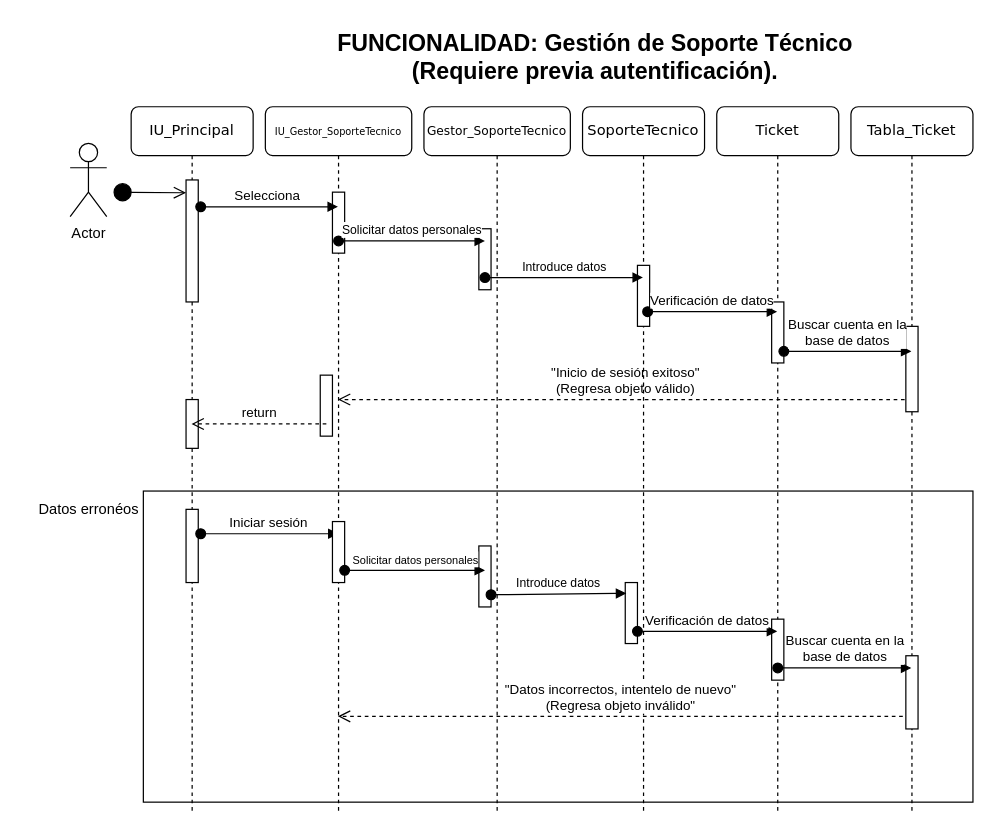
GamalielAbad12/FundamentosIngenieria keeps this draw.io diagram as Diagrama_de_secuencia.drawio. Above is the earlier version. Source tidied: cells renumbered, new cells numbered last; positions are measured from the earlier drawing's top-left corner, leaving out a move shared by most shapes. Both pictures are drawn from the tidied source at 122%, with x=0, y=0 at pixel (21, 21).
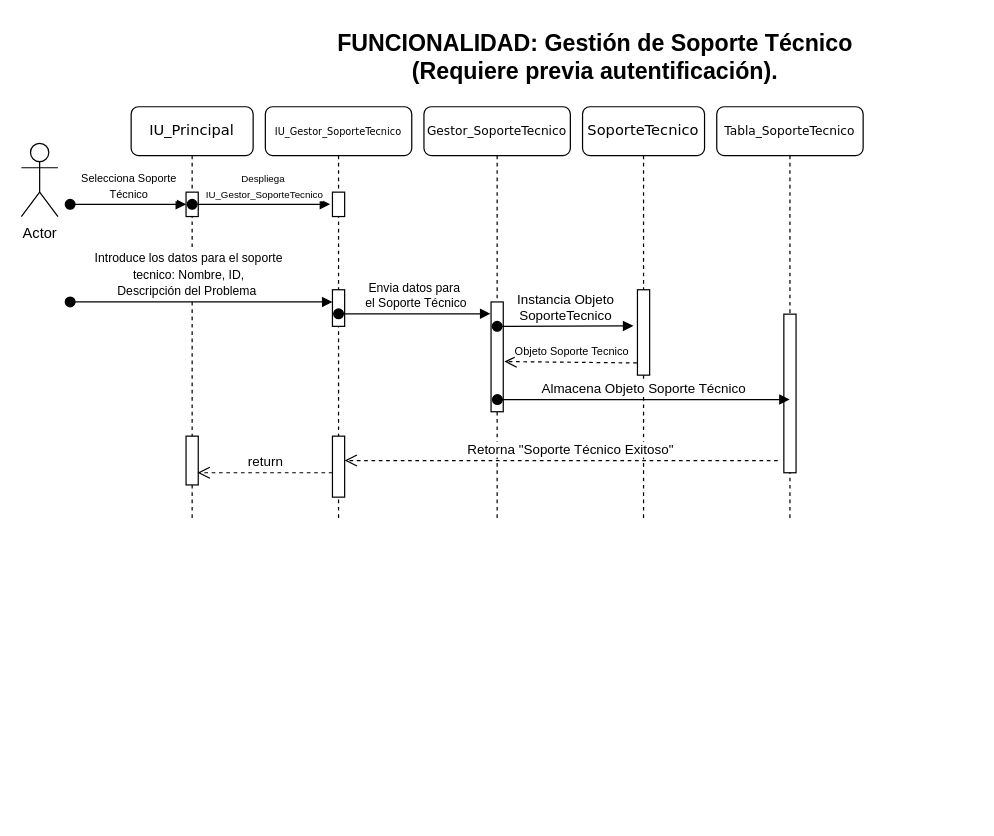
The same page after the edit.

Change to the diagram source:
```diff
@@
-    <mxCell id="2" style="rounded=0;whiteSpace=wrap;html=1;fillColor=none;" parent="1" vertex="1">
-      <mxGeometry x="100" y="385" width="680" height="255" as="geometry" />
-    </mxCell>
-    <mxCell id="3" value="Tabla_Ticket" style="shape=umlLifeline;perimeter=lifelinePerimeter;whiteSpace=wrap;html=1;outlineConnect=0;rounded=1;shadow=0;comic=0;labelBackgroundColor=none;strokeWidth=1;fontFamily=Verdana;fontSize=12;align=center;" parent="1" vertex="1">
-      <mxGeometry x="680" y="70" width="100" height="580" as="geometry" />
+    <mxCell id="3" value="&lt;font style=&quot;font-size: 10px;&quot;&gt;Tabla_SoporteTecnico&lt;/font&gt;" style="shape=umlLifeline;perimeter=lifelinePerimeter;whiteSpace=wrap;html=1;outlineConnect=0;rounded=1;shadow=0;comic=0;labelBackgroundColor=none;strokeWidth=1;fontFamily=Verdana;fontSize=12;align=center;" parent="1" vertex="1">
+      <mxGeometry x="570" y="70" width="120" height="340" as="geometry" />
     </mxCell>
-    <mxCell id="4" value="&quot;Inicio de sesión exitoso&quot;&lt;br&gt;(Regresa objeto válido)" style="html=1;verticalAlign=bottom;endArrow=open;dashed=1;endSize=8;curved=0;rounded=0;" parent="3" edge="1" target="12">
-      <mxGeometry relative="1" as="geometry">
-        <mxPoint x="50" y="240" as="sourcePoint" />
-      </mxGeometry>
-    </mxCell>
     <mxCell id="5" style="html=1;perimeter=orthogonalPerimeter;rounded=0;shadow=0;comic=0;labelBackgroundColor=none;strokeWidth=1;fontFamily=Verdana;fontSize=12;align=center;" parent="3" vertex="1">
-      <mxGeometry x="45" y="180" width="10" height="70" as="geometry" />
+      <mxGeometry x="55" y="170" width="10" height="130" as="geometry" />
     </mxCell>
-    <mxCell id="6" style="html=1;points=[];perimeter=orthogonalPerimeter;rounded=0;shadow=0;comic=0;labelBackgroundColor=none;strokeWidth=1;fontFamily=Verdana;fontSize=12;align=center;" parent="3" vertex="1">
-      <mxGeometry x="45" y="450" width="10" height="60" as="geometry" />
-    </mxCell>
     <mxCell id="7" value="IU_Principal" style="shape=umlLifeline;perimeter=lifelinePerimeter;whiteSpace=wrap;html=1;outlineConnect=0;rounded=1;shadow=0;comic=0;labelBackgroundColor=none;strokeWidth=1;fontFamily=Verdana;fontSize=12;align=center;" parent="1" vertex="1">
-      <mxGeometry x="90" y="70" width="100" height="580" as="geometry" />
+      <mxGeometry x="90" y="70" width="100" height="340" as="geometry" />
     </mxCell>
     <mxCell id="8" style="html=1;points=[];perimeter=orthogonalPerimeter;rounded=0;shadow=0;comic=0;labelBackgroundColor=none;strokeWidth=1;fontFamily=Verdana;fontSize=12;align=center;" parent="7" vertex="1">
-      <mxGeometry x="45" y="60" width="10" height="100" as="geometry" />
+      <mxGeometry x="45" y="70" width="10" height="20" as="geometry" />
     </mxCell>
-    <mxCell id="9" style="html=1;verticalAlign=bottom;startArrow=circle;startFill=1;endArrow=open;startSize=6;endSize=8;curved=0;rounded=0;" parent="7" edge="1">
-      <mxGeometry relative="1" as="geometry">
-        <mxPoint x="-15" y="70" as="sourcePoint" />
-        <mxPoint x="45" y="70.5" as="targetPoint" />
-      </mxGeometry>
-    </mxCell>
-    <mxCell id="10" style="html=1;perimeter=orthogonalPerimeter;rounded=0;shadow=0;comic=0;labelBackgroundColor=none;strokeWidth=1;fontFamily=Verdana;fontSize=12;align=center;" parent="7" vertex="1">
-      <mxGeometry x="45" y="240" width="10" height="40" as="geometry" />
-    </mxCell>
     <mxCell id="11" value="Actor" style="shape=umlActor;verticalLabelPosition=bottom;verticalAlign=top;html=1;" parent="1" vertex="1">
-      <mxGeometry x="40" y="100" width="30" height="60" as="geometry" />
+      <mxGeometry y="100" width="30" height="60" as="geometry" />
     </mxCell>
     <mxCell id="12" value="&lt;font style=&quot;font-size: 8px;&quot;&gt;IU_Gestor_SoporteTecnico&lt;/font&gt;" style="shape=umlLifeline;perimeter=lifelinePerimeter;whiteSpace=wrap;html=1;outlineConnect=0;rounded=1;shadow=0;comic=0;labelBackgroundColor=none;strokeWidth=1;fontFamily=Verdana;fontSize=12;align=center;" parent="1" vertex="1">
-      <mxGeometry x="200" y="70" width="120" height="580" as="geometry" />
+      <mxGeometry x="200" y="70" width="120" height="340" as="geometry" />
     </mxCell>
     <mxCell id="13" style="html=1;points=[];perimeter=orthogonalPerimeter;rounded=0;shadow=0;comic=0;labelBackgroundColor=none;strokeWidth=1;fontFamily=Verdana;fontSize=12;align=center;" parent="12" vertex="1">
-      <mxGeometry x="55" y="70" width="10" height="50" as="geometry" />
+      <mxGeometry x="55" y="70" width="10" height="20" as="geometry" />
     </mxCell>
-    <mxCell id="14" style="html=1;points=[];perimeter=orthogonalPerimeter;rounded=0;shadow=0;comic=0;labelBackgroundColor=none;strokeWidth=1;fontFamily=Verdana;fontSize=12;align=center;" parent="12" vertex="1">
-      <mxGeometry x="45" y="220" width="10" height="50" as="geometry" />
-    </mxCell>
+    <mxCell id="10" style="html=1;perimeter=orthogonalPerimeter;rounded=0;shadow=0;comic=0;labelBackgroundColor=none;strokeWidth=1;fontFamily=Verdana;fontSize=12;align=center;" parent="12" vertex="1">
+      <mxGeometry x="-65" y="270" width="10" height="40" as="geometry" />
+    </mxCell>
+    <mxCell id="25" value="return" style="html=1;verticalAlign=bottom;endArrow=open;dashed=1;endSize=8;curved=0;rounded=0;" parent="12" edge="1">
+      <mxGeometry relative="1" as="geometry">
+        <mxPoint x="55" y="300" as="sourcePoint" />
+        <mxPoint x="-55.6" y="300" as="targetPoint" />
+      </mxGeometry>
+    </mxCell>
+    <mxCell id="40" style="html=1;perimeter=orthogonalPerimeter;rounded=0;shadow=0;comic=0;labelBackgroundColor=none;strokeWidth=1;fontFamily=Verdana;fontSize=12;align=center;" parent="12" vertex="1">
+      <mxGeometry x="55" y="150" width="10" height="30" as="geometry" />
+    </mxCell>
+    <mxCell id="41" value="&lt;font style=&quot;font-size: 10px;&quot;&gt;Envia datos para&lt;br&gt;&amp;nbsp;el Soporte Técnico&lt;/font&gt;" style="html=1;verticalAlign=bottom;startArrow=oval;startFill=1;endArrow=block;startSize=8;curved=0;rounded=0;" parent="12" edge="1">
+      <mxGeometry relative="1" as="geometry">
+        <mxPoint x="60" y="169.7" as="sourcePoint" />
+        <mxPoint x="184.5" y="169.7" as="targetPoint" />
+        <Array as="points">
+          <mxPoint x="120" y="169.7" />
+        </Array>
+      </mxGeometry>
+    </mxCell>
+    <mxCell id="37" value="&lt;font style=&quot;font-size: 10px;&quot;&gt;Introduce los datos&amp;nbsp;para el soporte &lt;br&gt;tecnico: Nombre, ID, &lt;br&gt;Descripción del Problema&amp;nbsp;&lt;br&gt;&lt;/font&gt;" style="html=1;verticalAlign=bottom;startArrow=oval;startFill=1;endArrow=block;startSize=8;curved=0;rounded=0;" parent="12" edge="1">
+      <mxGeometry x="-0.1" relative="1" as="geometry">
+        <mxPoint x="-160" y="160" as="sourcePoint" />
+        <mxPoint x="55" y="160" as="targetPoint" />
+        <Array as="points">
+          <mxPoint x="-65" y="160" />
+          <mxPoint x="25" y="160" />
+          <mxPoint x="35" y="160" />
+          <mxPoint x="55" y="160" />
+        </Array>
+      </mxGeometry>
+    </mxCell>
@@
-    <mxCell id="16" value="Selecciona&amp;nbsp;" style="html=1;verticalAlign=bottom;startArrow=oval;startFill=1;endArrow=block;startSize=8;curved=0;rounded=0;exitX=1.2;exitY=0.22;exitDx=0;exitDy=0;exitPerimeter=0;" parent="1" edge="1" source="8" target="12">
-      <mxGeometry relative="1" as="geometry" />
-    </mxCell>
     <mxCell id="17" value="&lt;font size=&quot;1&quot;&gt;Gestor_SoporteTecnico&lt;/font&gt;" style="shape=umlLifeline;perimeter=lifelinePerimeter;whiteSpace=wrap;html=1;rounded=1;shadow=0;comic=0;labelBackgroundColor=none;strokeWidth=1;fontFamily=Verdana;fontSize=12;align=center;" parent="1" vertex="1">
-      <mxGeometry x="330" y="70" width="120" height="580" as="geometry" />
+      <mxGeometry x="330" y="70" width="120" height="340" as="geometry" />
     </mxCell>
     <mxCell id="18" style="html=1;points=[];perimeter=orthogonalPerimeter;rounded=0;shadow=0;comic=0;labelBackgroundColor=none;strokeWidth=1;fontFamily=Verdana;fontSize=12;align=center;" parent="17" vertex="1">
-      <mxGeometry x="45" y="100" width="10" height="50" as="geometry" />
+      <mxGeometry x="55" y="160" width="10" height="90" as="geometry" />
     </mxCell>
+    <mxCell id="42" value="&lt;font style=&quot;font-size: 9px;&quot;&gt;Objeto Soporte Tecnico&lt;/font&gt;" style="html=1;verticalAlign=bottom;endArrow=open;dashed=1;endSize=8;curved=0;rounded=0;entryX=1.099;entryY=0.543;entryDx=0;entryDy=0;entryPerimeter=0;" parent="17" edge="1" target="18">
+      <mxGeometry relative="1" as="geometry">
+        <mxPoint x="174.5" y="210" as="sourcePoint" />
+      </mxGeometry>
+    </mxCell>
+    <mxCell id="43" value="Instancia Objeto &lt;br&gt;SoporteTecnico" style="html=1;verticalAlign=bottom;startArrow=oval;startFill=1;endArrow=block;startSize=8;curved=0;rounded=0;entryX=-0.334;entryY=0.423;entryDx=0;entryDy=0;entryPerimeter=0;" parent="17" edge="1" target="20">
+      <mxGeometry relative="1" as="geometry">
+        <mxPoint x="60" y="180" as="sourcePoint" />
+      </mxGeometry>
+    </mxCell>
     <mxCell id="19" value="SoporteTecnico" style="shape=umlLifeline;perimeter=lifelinePerimeter;whiteSpace=wrap;html=1;outlineConnect=0;rounded=1;shadow=0;comic=0;labelBackgroundColor=none;strokeWidth=1;fontFamily=Verdana;fontSize=12;align=center;" parent="1" vertex="1">
-      <mxGeometry x="460" y="70" width="100" height="580" as="geometry" />
+      <mxGeometry x="460" y="70" width="100" height="340" as="geometry" />
     </mxCell>
     <mxCell id="20" style="html=1;points=[];perimeter=orthogonalPerimeter;rounded=0;shadow=0;comic=0;labelBackgroundColor=none;strokeWidth=1;fontFamily=Verdana;fontSize=12;align=center;" parent="19" vertex="1">
-      <mxGeometry x="45" y="130" width="10" height="50" as="geometry" />
+      <mxGeometry x="45" y="150" width="10" height="70" as="geometry" />
     </mxCell>
-    <mxCell id="21" value="Ticket" style="shape=umlLifeline;perimeter=lifelinePerimeter;whiteSpace=wrap;html=1;outlineConnect=0;rounded=1;shadow=0;comic=0;labelBackgroundColor=none;strokeWidth=1;fontFamily=Verdana;fontSize=12;align=center;" parent="1" vertex="1">
-      <mxGeometry x="570" y="70" width="100" height="580" as="geometry" />
-    </mxCell>
-    <mxCell id="22" style="html=1;points=[];perimeter=orthogonalPerimeter;rounded=0;shadow=0;comic=0;labelBackgroundColor=none;strokeWidth=1;fontFamily=Verdana;fontSize=12;align=center;" parent="21" vertex="1">
-      <mxGeometry x="45" y="160" width="10" height="50" as="geometry" />
-    </mxCell>
-    <mxCell id="23" style="html=1;perimeter=orthogonalPerimeter;rounded=0;shadow=0;comic=0;labelBackgroundColor=none;strokeWidth=1;fontFamily=Verdana;fontSize=12;align=center;" parent="21" vertex="1">
-      <mxGeometry x="45" y="420" width="10" height="50" as="geometry" />
-    </mxCell>
-    <mxCell id="24" value="Buscar cuenta en la &lt;br&gt;base de datos" style="html=1;verticalAlign=bottom;startArrow=oval;startFill=1;endArrow=block;startSize=8;curved=0;rounded=0;" parent="21" edge="1" target="3">
-      <mxGeometry relative="1" as="geometry">
-        <mxPoint x="50" y="460" as="sourcePoint" />
-      </mxGeometry>
-    </mxCell>
-    <mxCell id="25" value="return" style="html=1;verticalAlign=bottom;endArrow=open;dashed=1;endSize=8;curved=0;rounded=0;" parent="1" edge="1" target="7">
-      <mxGeometry relative="1" as="geometry">
-        <mxPoint x="250" y="330" as="sourcePoint" />
-      </mxGeometry>
-    </mxCell>
-    <mxCell id="26" value="Datos erronéos" style="text;html=1;align=center;verticalAlign=middle;strokeColor=none;fillColor=none;" parent="1" vertex="1">
-      <mxGeometry y="385" width="110" height="30" as="geometry" />
-    </mxCell>
-    <mxCell id="27" style="html=1;perimeter=orthogonalPerimeter;rounded=0;shadow=0;comic=0;labelBackgroundColor=none;strokeWidth=1;fontFamily=Verdana;fontSize=12;align=center;" parent="1" vertex="1">
-      <mxGeometry x="135" y="400" width="10" height="60" as="geometry" />
-    </mxCell>
-    <mxCell id="28" value="Iniciar sesión&amp;nbsp;" style="html=1;verticalAlign=bottom;startArrow=oval;startFill=1;endArrow=block;startSize=8;curved=0;rounded=0;exitX=1.2;exitY=0.22;exitDx=0;exitDy=0;exitPerimeter=0;" parent="1" edge="1">
-      <mxGeometry relative="1" as="geometry">
-        <mxPoint x="147" y="420" as="sourcePoint" />
-        <mxPoint x="260" y="420" as="targetPoint" />
-      </mxGeometry>
-    </mxCell>
-    <mxCell id="29" style="html=1;perimeter=orthogonalPerimeter;rounded=0;shadow=0;comic=0;labelBackgroundColor=none;strokeWidth=1;fontFamily=Verdana;fontSize=12;align=center;" parent="1" vertex="1">
-      <mxGeometry x="255" y="410" width="10" height="50" as="geometry" />
-    </mxCell>
-    <mxCell id="30" style="html=1;perimeter=orthogonalPerimeter;rounded=0;shadow=0;comic=0;labelBackgroundColor=none;strokeWidth=1;fontFamily=Verdana;fontSize=12;align=center;" parent="1" vertex="1">
-      <mxGeometry x="375" y="430" width="10" height="50" as="geometry" />
-    </mxCell>
-    <mxCell id="31" value="&lt;font style=&quot;font-size: 9px;&quot;&gt;Solicitar datos personales&lt;/font&gt;" style="html=1;verticalAlign=bottom;startArrow=oval;startFill=1;endArrow=block;startSize=8;curved=0;rounded=0;" parent="1" edge="1">
-      <mxGeometry x="0.01" relative="1" as="geometry">
-        <mxPoint x="265" y="450" as="sourcePoint" />
-        <mxPoint x="380" y="450" as="targetPoint" />
-      </mxGeometry>
-    </mxCell>
-    <mxCell id="32" style="html=1;points=[];perimeter=orthogonalPerimeter;rounded=0;shadow=0;comic=0;labelBackgroundColor=none;strokeWidth=1;fontFamily=Verdana;fontSize=12;align=center;" parent="1" vertex="1">
-      <mxGeometry x="495" y="460" width="10" height="50" as="geometry" />
-    </mxCell>
-    <mxCell id="33" value="&lt;font style=&quot;font-size: 10px;&quot;&gt;Introduce datos&lt;/font&gt;" style="html=1;verticalAlign=bottom;startArrow=oval;startFill=1;endArrow=block;startSize=8;curved=0;rounded=0;entryX=0.083;entryY=0.177;entryDx=0;entryDy=0;entryPerimeter=0;" parent="1" edge="1" target="32">
-      <mxGeometry relative="1" as="geometry">
-        <mxPoint x="385" y="470" as="sourcePoint" />
-      </mxGeometry>
-    </mxCell>
-    <mxCell id="34" value="Verificación de datos" style="html=1;verticalAlign=bottom;startArrow=oval;startFill=1;endArrow=block;startSize=8;curved=0;rounded=0;" parent="1" edge="1" target="21">
-      <mxGeometry relative="1" as="geometry">
-        <mxPoint x="505" y="500" as="sourcePoint" />
-      </mxGeometry>
-    </mxCell>
-    <mxCell id="35" value="&quot;Datos incorrectos, intentelo de nuevo&quot;&lt;br&gt;(Regresa objeto inválido&quot;" style="html=1;verticalAlign=bottom;endArrow=open;dashed=1;endSize=8;curved=0;rounded=0;exitX=-0.25;exitY=0.828;exitDx=0;exitDy=0;exitPerimeter=0;" parent="1" edge="1" source="6" target="12">
-      <mxGeometry relative="1" as="geometry" />
-    </mxCell>
-    <mxCell id="36" value="&lt;font style=&quot;font-size: 10px;&quot;&gt;Solicitar datos personales&lt;/font&gt;" style="html=1;verticalAlign=bottom;startArrow=oval;startFill=1;endArrow=block;startSize=8;curved=0;rounded=0;entryX=0.5;entryY=0.2;entryDx=0;entryDy=0;entryPerimeter=0;exitX=0.5;exitY=0.8;exitDx=0;exitDy=0;exitPerimeter=0;" parent="1" edge="1" source="13" target="18">
-      <mxGeometry relative="1" as="geometry" />
-    </mxCell>
-    <mxCell id="37" value="&lt;font style=&quot;font-size: 10px;&quot;&gt;Introduce datos&lt;/font&gt;" style="html=1;verticalAlign=bottom;startArrow=oval;startFill=1;endArrow=block;startSize=8;curved=0;rounded=0;exitX=0.5;exitY=0.8;exitDx=0;exitDy=0;exitPerimeter=0;" parent="1" edge="1" source="18" target="19">
-      <mxGeometry relative="1" as="geometry" />
-    </mxCell>
-    <mxCell id="38" value="Verificación de datos" style="html=1;verticalAlign=bottom;startArrow=oval;startFill=1;endArrow=block;startSize=8;curved=0;rounded=0;exitX=0.833;exitY=0.76;exitDx=0;exitDy=0;exitPerimeter=0;" parent="1" edge="1" source="20" target="21">
-      <mxGeometry relative="1" as="geometry" />
-    </mxCell>
-    <mxCell id="39" value="Buscar cuenta en la &lt;br&gt;base de datos" style="html=1;verticalAlign=bottom;startArrow=oval;startFill=1;endArrow=block;startSize=8;curved=0;rounded=0;exitX=1;exitY=0.81;exitDx=0;exitDy=0;exitPerimeter=0;" parent="1" edge="1" source="22" target="3">
-      <mxGeometry relative="1" as="geometry" />
-    </mxCell>
+    <mxCell id="44" style="html=1;verticalAlign=bottom;endArrow=open;dashed=1;endSize=8;curved=0;rounded=0;" parent="19" edge="1" target="14">
+      <mxGeometry x="-0.07" relative="1" as="geometry">
+        <mxPoint x="160" y="290" as="sourcePoint" />
+      </mxGeometry>
+    </mxCell>
+    <mxCell id="14" style="html=1;points=[];perimeter=orthogonalPerimeter;rounded=0;shadow=0;comic=0;labelBackgroundColor=none;strokeWidth=1;fontFamily=Verdana;fontSize=12;align=center;" parent="19" vertex="1">
+      <mxGeometry x="-205" y="270" width="10" height="50" as="geometry" />
+    </mxCell>
+    <mxCell id="45" value="Almacena Objeto Soporte Técnico" style="html=1;verticalAlign=bottom;startArrow=oval;startFill=1;endArrow=block;startSize=8;curved=0;rounded=0;" parent="19" edge="1">
+      <mxGeometry relative="1" as="geometry">
+        <mxPoint x="-69.8" y="240" as="sourcePoint" />
+        <mxPoint x="169.8" y="240" as="targetPoint" />
+      </mxGeometry>
+    </mxCell>
+    <mxCell id="46" value="&lt;font style=&quot;font-size: 9px;&quot;&gt;Selecciona Soporte &lt;br&gt;Técnico&lt;/font&gt;" style="html=1;verticalAlign=bottom;startArrow=oval;startFill=1;endArrow=block;startSize=8;curved=0;rounded=0;" parent="1" edge="1">
+      <mxGeometry relative="1" as="geometry">
+        <mxPoint x="40" y="150" as="sourcePoint" />
+        <mxPoint x="135" y="150" as="targetPoint" />
+      </mxGeometry>
+    </mxCell>
+    <mxCell id="16" value="&lt;font style=&quot;font-size: 8px;&quot;&gt;Despliega&lt;br&gt;&amp;nbsp;IU_Gestor_SoporteTecnico&lt;/font&gt;" style="html=1;verticalAlign=bottom;startArrow=oval;startFill=1;endArrow=block;startSize=8;curved=0;rounded=0;entryX=-0.188;entryY=0.498;entryDx=0;entryDy=0;entryPerimeter=0;" parent="1" edge="1" target="13">
+      <mxGeometry x="0.02" relative="1" as="geometry">
+        <mxPoint x="140" y="150" as="sourcePoint" />
+      </mxGeometry>
+    </mxCell>
+    <mxCell id="4" value="Retorna &quot;Soporte Técnico Exitoso&quot;" style="html=1;verticalAlign=bottom;endArrow=open;dashed=1;endSize=8;curved=0;rounded=0;" parent="1" edge="1" source="14" target="12">
+      <mxGeometry y="190" relative="1" as="geometry">
+        <mxPoint x="190" y="-5" as="offset" />
+      </mxGeometry>
+    </mxCell>
```
